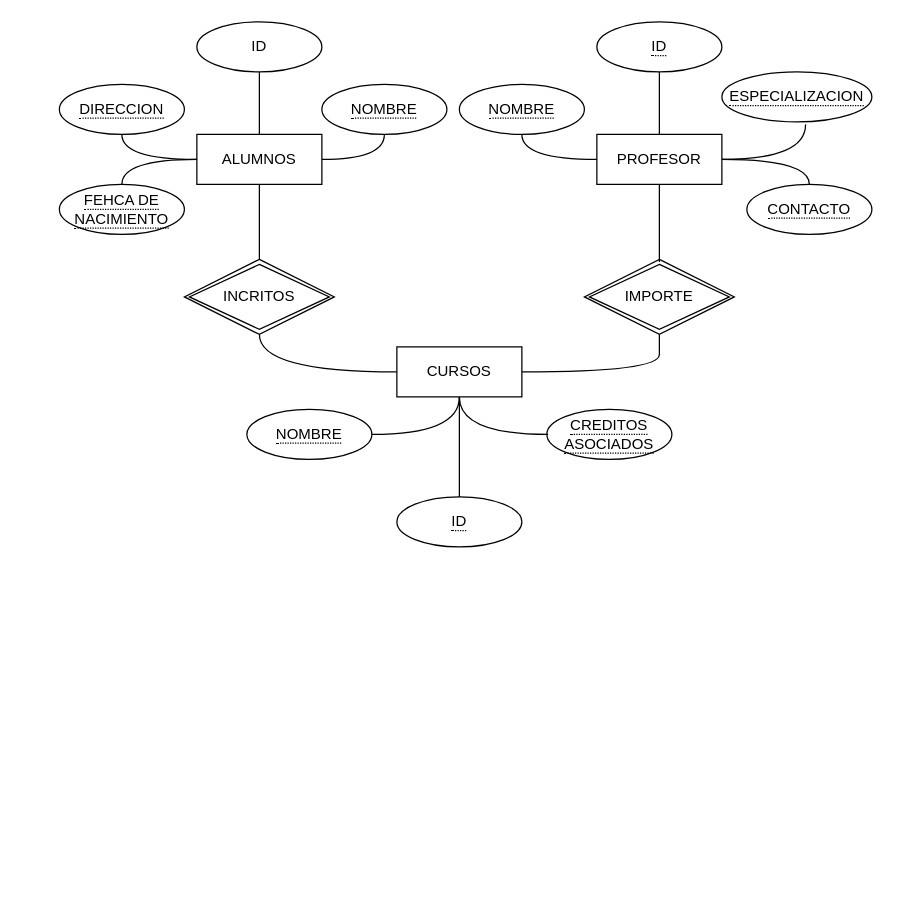
leoandyaz/Base-de-datos keeps this draw.io diagram as page "EJERCICIO (UNI)" (4 of 4) of Relacion_entidad.io.drawio. Above is the earlier version. Source tidied: cells renumbered, new cells numbered last; positions are measured from the earlier drawing's top-left corner, leaving out a move shared by most shapes. Both pictures are drawn from the tidied source at 125%, with x=0, y=0 at pixel (59, 21).
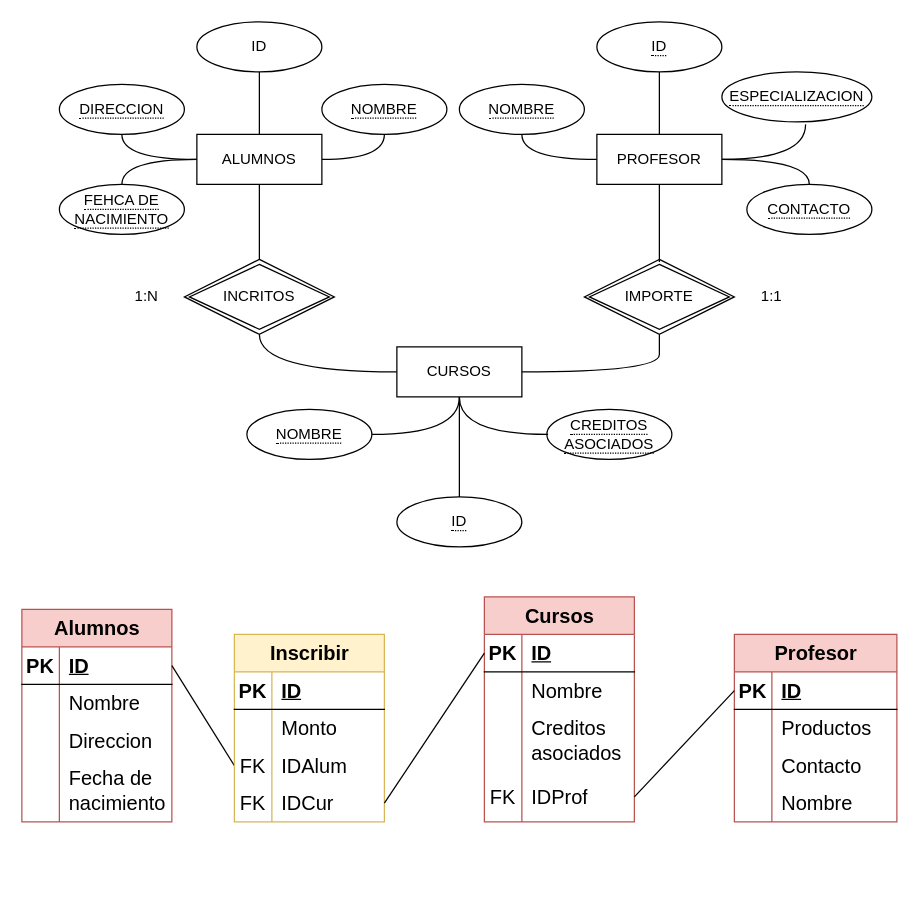
The same page after the edit.

The edit, as a diff of the source:
```diff
@@
+    <mxCell id="33" value="Alumnos" style="shape=table;startSize=30;childLayout=tableLayout;rowLines=0;fontStyle=1;align=center;html=1;fontSize=16;fillColor=#f8cecc;strokeColor=#b85450;" parent="1" vertex="1">
+      <mxGeometry x="-30" y="470" width="120" height="170" as="geometry" />
+    </mxCell>
+    <mxCell id="34" style="shape=tableRow;horizontal=0;startSize=0;swimlaneHead=0;swimlaneBody=0;fillColor=none;points=[[0,0.5],[1,0.5]];portConstraint=eastwest;top=0;left=0;right=0;bottom=1;fontSize=16;" parent="33" vertex="1">
+      <mxGeometry y="30" width="120" height="30" as="geometry" />
+    </mxCell>
+    <mxCell id="35" value="PK" style="shape=partialRectangle;fillColor=none;top=0;left=0;bottom=0;right=0;fontStyle=1;overflow=hidden;whiteSpace=wrap;html=1;fontSize=16;" parent="34" vertex="1">
+      <mxGeometry width="30" height="30" as="geometry" />
+    </mxCell>
+    <mxCell id="36" value="ID" style="shape=partialRectangle;fillColor=none;top=0;left=0;bottom=0;right=0;align=left;spacingLeft=6;fontStyle=5;overflow=hidden;whiteSpace=wrap;html=1;fontSize=16;" parent="34" vertex="1">
+      <mxGeometry x="30" width="90" height="30" as="geometry" />
+    </mxCell>
+    <mxCell id="37" style="shape=tableRow;horizontal=0;startSize=0;swimlaneHead=0;swimlaneBody=0;fillColor=none;top=0;left=0;right=0;bottom=0;fontSize=16;" parent="33" vertex="1">
+      <mxGeometry y="60" width="120" height="30" as="geometry" />
+    </mxCell>
+    <mxCell id="38" style="shape=partialRectangle;fillColor=none;top=0;left=0;bottom=0;right=0;overflow=hidden;whiteSpace=wrap;html=1;fontSize=16;" parent="37" vertex="1">
+      <mxGeometry width="30" height="30" as="geometry" />
+    </mxCell>
+    <mxCell id="39" value="Nombre" style="shape=partialRectangle;fillColor=none;top=0;left=0;bottom=0;right=0;align=left;spacingLeft=6;overflow=hidden;whiteSpace=wrap;html=1;fontSize=16;" parent="37" vertex="1">
+      <mxGeometry x="30" width="90" height="30" as="geometry" />
+    </mxCell>
+    <mxCell id="40" style="shape=tableRow;horizontal=0;startSize=0;swimlaneHead=0;swimlaneBody=0;fillColor=none;top=0;left=0;right=0;bottom=0;fontSize=16;" parent="33" vertex="1">
+      <mxGeometry y="90" width="120" height="30" as="geometry" />
+    </mxCell>
+    <mxCell id="41" style="shape=partialRectangle;fillColor=none;top=0;left=0;bottom=0;right=0;overflow=hidden;whiteSpace=wrap;html=1;fontSize=16;" parent="40" vertex="1">
+      <mxGeometry width="30" height="30" as="geometry" />
+    </mxCell>
+    <mxCell id="42" value="Direccion" style="shape=partialRectangle;fillColor=none;top=0;left=0;bottom=0;right=0;align=left;spacingLeft=6;overflow=hidden;whiteSpace=wrap;html=1;fontSize=16;" parent="40" vertex="1">
+      <mxGeometry x="30" width="90" height="30" as="geometry" />
+    </mxCell>
+    <mxCell id="43" style="shape=tableRow;horizontal=0;startSize=0;swimlaneHead=0;swimlaneBody=0;fillColor=none;top=0;left=0;right=0;bottom=0;fontSize=16;" parent="33" vertex="1">
+      <mxGeometry y="120" width="120" height="50" as="geometry" />
+    </mxCell>
+    <mxCell id="44" style="shape=partialRectangle;fillColor=none;top=0;left=0;bottom=0;right=0;overflow=hidden;whiteSpace=wrap;html=1;fontSize=16;" parent="43" vertex="1">
+      <mxGeometry width="30" height="50" as="geometry" />
+    </mxCell>
+    <mxCell id="45" value="Fecha de nacimiento" style="shape=partialRectangle;fillColor=none;top=0;left=0;bottom=0;right=0;align=left;spacingLeft=6;overflow=hidden;whiteSpace=wrap;html=1;fontSize=16;" parent="43" vertex="1">
+      <mxGeometry x="30" width="90" height="50" as="geometry" />
+    </mxCell>
+    <mxCell id="46" value="Profesor" style="shape=table;startSize=30;childLayout=tableLayout;rowLines=0;fontStyle=1;align=center;html=1;fontSize=16;fillColor=#f8cecc;strokeColor=#b85450;" parent="1" vertex="1">
+      <mxGeometry x="540" y="490" width="130" height="150" as="geometry" />
+    </mxCell>
+    <mxCell id="47" style="shape=tableRow;horizontal=0;startSize=0;swimlaneHead=0;swimlaneBody=0;fillColor=none;points=[[0,0.5],[1,0.5]];portConstraint=eastwest;top=0;left=0;right=0;bottom=1;fontSize=16;" parent="46" vertex="1">
+      <mxGeometry y="30" width="130" height="30" as="geometry" />
+    </mxCell>
+    <mxCell id="48" value="PK" style="shape=partialRectangle;fillColor=none;top=0;left=0;bottom=0;right=0;fontStyle=1;overflow=hidden;whiteSpace=wrap;html=1;fontSize=16;" parent="47" vertex="1">
+      <mxGeometry width="30" height="30" as="geometry" />
+    </mxCell>
+    <mxCell id="49" value="ID" style="shape=partialRectangle;fillColor=none;top=0;left=0;bottom=0;right=0;align=left;spacingLeft=6;fontStyle=5;overflow=hidden;whiteSpace=wrap;html=1;fontSize=16;" parent="47" vertex="1">
+      <mxGeometry x="30" width="100" height="30" as="geometry" />
+    </mxCell>
+    <mxCell id="50" style="shape=tableRow;horizontal=0;startSize=0;swimlaneHead=0;swimlaneBody=0;fillColor=none;top=0;left=0;right=0;bottom=0;fontSize=16;" parent="46" vertex="1">
+      <mxGeometry y="60" width="130" height="30" as="geometry" />
+    </mxCell>
+    <mxCell id="51" style="shape=partialRectangle;fillColor=none;top=0;left=0;bottom=0;right=0;overflow=hidden;whiteSpace=wrap;html=1;fontSize=16;" parent="50" vertex="1">
+      <mxGeometry width="30" height="30" as="geometry" />
+    </mxCell>
+    <mxCell id="52" value="Productos" style="shape=partialRectangle;fillColor=none;top=0;left=0;bottom=0;right=0;align=left;spacingLeft=6;overflow=hidden;whiteSpace=wrap;html=1;fontSize=16;" parent="50" vertex="1">
+      <mxGeometry x="30" width="100" height="30" as="geometry" />
+    </mxCell>
+    <mxCell id="53" style="shape=tableRow;horizontal=0;startSize=0;swimlaneHead=0;swimlaneBody=0;fillColor=none;top=0;left=0;right=0;bottom=0;fontSize=16;" parent="46" vertex="1">
+      <mxGeometry y="90" width="130" height="30" as="geometry" />
+    </mxCell>
+    <mxCell id="54" style="shape=partialRectangle;fillColor=none;top=0;left=0;bottom=0;right=0;overflow=hidden;whiteSpace=wrap;html=1;fontSize=16;" parent="53" vertex="1">
+      <mxGeometry width="30" height="30" as="geometry" />
+    </mxCell>
+    <mxCell id="55" value="Contacto" style="shape=partialRectangle;fillColor=none;top=0;left=0;bottom=0;right=0;align=left;spacingLeft=6;overflow=hidden;whiteSpace=wrap;html=1;fontSize=16;" parent="53" vertex="1">
+      <mxGeometry x="30" width="100" height="30" as="geometry" />
+    </mxCell>
+    <mxCell id="56" style="shape=tableRow;horizontal=0;startSize=0;swimlaneHead=0;swimlaneBody=0;fillColor=none;top=0;left=0;right=0;bottom=0;fontSize=16;" parent="46" vertex="1">
+      <mxGeometry y="120" width="130" height="30" as="geometry" />
+    </mxCell>
+    <mxCell id="57" style="shape=partialRectangle;fillColor=none;top=0;left=0;bottom=0;right=0;overflow=hidden;whiteSpace=wrap;html=1;fontSize=16;" parent="56" vertex="1">
+      <mxGeometry width="30" height="30" as="geometry" />
+    </mxCell>
+    <mxCell id="58" value="Nombre" style="shape=partialRectangle;fillColor=none;top=0;left=0;bottom=0;right=0;align=left;spacingLeft=6;overflow=hidden;whiteSpace=wrap;html=1;fontSize=16;" parent="56" vertex="1">
+      <mxGeometry x="30" width="100" height="30" as="geometry" />
+    </mxCell>
+    <mxCell id="59" style="shape=partialRectangle;fillColor=none;top=0;left=0;bottom=0;right=0;overflow=hidden;whiteSpace=wrap;html=1;fontSize=16;" parent="1" vertex="1">
+      <mxGeometry x="-20" y="640" width="30" height="50" as="geometry" />
+    </mxCell>
+    <mxCell id="60" value="Cursos" style="shape=table;startSize=30;childLayout=tableLayout;rowLines=0;fontStyle=1;align=center;html=1;fontSize=16;fillColor=#f8cecc;strokeColor=#b85450;" parent="1" vertex="1">
+      <mxGeometry x="340" y="460" width="120" height="180" as="geometry" />
+    </mxCell>
+    <mxCell id="61" style="shape=tableRow;horizontal=0;startSize=0;swimlaneHead=0;swimlaneBody=0;fillColor=none;points=[[0,0.5],[1,0.5]];portConstraint=eastwest;top=0;left=0;right=0;bottom=1;fontSize=16;" parent="60" vertex="1">
+      <mxGeometry y="30" width="120" height="30" as="geometry" />
+    </mxCell>
+    <mxCell id="62" value="PK" style="shape=partialRectangle;fillColor=none;top=0;left=0;bottom=0;right=0;fontStyle=1;overflow=hidden;whiteSpace=wrap;html=1;fontSize=16;" parent="61" vertex="1">
+      <mxGeometry width="30" height="30" as="geometry" />
+    </mxCell>
+    <mxCell id="63" value="ID" style="shape=partialRectangle;fillColor=none;top=0;left=0;bottom=0;right=0;align=left;spacingLeft=6;fontStyle=5;overflow=hidden;whiteSpace=wrap;html=1;fontSize=16;" parent="61" vertex="1">
+      <mxGeometry x="30" width="90" height="30" as="geometry" />
+    </mxCell>
+    <mxCell id="64" style="shape=tableRow;horizontal=0;startSize=0;swimlaneHead=0;swimlaneBody=0;fillColor=none;top=0;left=0;right=0;bottom=0;fontSize=16;" parent="60" vertex="1">
+      <mxGeometry y="60" width="120" height="30" as="geometry" />
+    </mxCell>
+    <mxCell id="65" style="shape=partialRectangle;fillColor=none;top=0;left=0;bottom=0;right=0;overflow=hidden;whiteSpace=wrap;html=1;fontSize=16;" parent="64" vertex="1">
+      <mxGeometry width="30" height="30" as="geometry" />
+    </mxCell>
+    <mxCell id="66" value="Nombre" style="shape=partialRectangle;fillColor=none;top=0;left=0;bottom=0;right=0;align=left;spacingLeft=6;overflow=hidden;whiteSpace=wrap;html=1;fontSize=16;" parent="64" vertex="1">
+      <mxGeometry x="30" width="90" height="30" as="geometry" />
+    </mxCell>
+    <mxCell id="67" style="shape=tableRow;horizontal=0;startSize=0;swimlaneHead=0;swimlaneBody=0;fillColor=none;top=0;left=0;right=0;bottom=0;fontSize=16;" parent="60" vertex="1">
+      <mxGeometry y="90" width="120" height="50" as="geometry" />
+    </mxCell>
+    <mxCell id="68" style="shape=partialRectangle;fillColor=none;top=0;left=0;bottom=0;right=0;overflow=hidden;whiteSpace=wrap;html=1;fontSize=16;" parent="67" vertex="1">
+      <mxGeometry width="30" height="50" as="geometry" />
+    </mxCell>
+    <mxCell id="69" value="Creditos asociados" style="shape=partialRectangle;fillColor=none;top=0;left=0;bottom=0;right=0;align=left;spacingLeft=6;overflow=hidden;whiteSpace=wrap;html=1;fontSize=16;" parent="67" vertex="1">
+      <mxGeometry x="30" width="90" height="50" as="geometry" />
+    </mxCell>
+    <mxCell id="70" style="shape=tableRow;horizontal=0;startSize=0;swimlaneHead=0;swimlaneBody=0;fillColor=none;points=[[0,0.5],[1,0.5]];portConstraint=eastwest;top=0;left=0;right=0;bottom=0;fontSize=16;" parent="60" vertex="1">
+      <mxGeometry y="140" width="120" height="40" as="geometry" />
+    </mxCell>
+    <mxCell id="71" value="FK" style="shape=partialRectangle;fillColor=none;top=0;left=0;bottom=0;right=0;overflow=hidden;whiteSpace=wrap;html=1;fontSize=16;" parent="70" vertex="1">
+      <mxGeometry width="30" height="40" as="geometry" />
+    </mxCell>
+    <mxCell id="72" value="IDProf" style="shape=partialRectangle;fillColor=none;top=0;left=0;bottom=0;right=0;align=left;spacingLeft=6;overflow=hidden;whiteSpace=wrap;html=1;fontSize=16;" parent="70" vertex="1">
+      <mxGeometry x="30" width="90" height="40" as="geometry" />
+    </mxCell>
+    <mxCell id="73" style="edgeStyle=none;curved=1;rounded=0;jettySize=auto;html=1;entryX=0;entryY=0.5;entryDx=0;entryDy=0;fontSize=12;startSize=8;endSize=8;exitX=1;exitY=0.5;exitDx=0;exitDy=0;endArrow=none;endFill=0;" parent="1" edge="1" source="70" target="47">
+      <mxGeometry relative="1" as="geometry" />
+    </mxCell>
+    <mxCell id="74" style="edgeStyle=none;curved=1;rounded=0;jettySize=auto;html=1;entryX=1;entryY=0.5;entryDx=0;entryDy=0;fontSize=12;startSize=8;endSize=8;exitX=0;exitY=0.5;exitDx=0;exitDy=0;endArrow=none;endFill=0;" parent="1" edge="1" source="82" target="34">
+      <mxGeometry relative="1" as="geometry" />
+    </mxCell>
+    <mxCell id="75" value="Inscribir" style="shape=table;startSize=30;childLayout=tableLayout;rowLines=0;fontStyle=1;align=center;html=1;fontSize=16;fillColor=#fff2cc;strokeColor=#d6b656;" parent="1" vertex="1">
+      <mxGeometry x="140" y="490" width="120" height="150" as="geometry" />
+    </mxCell>
+    <mxCell id="76" style="shape=tableRow;horizontal=0;startSize=0;swimlaneHead=0;swimlaneBody=0;fillColor=none;top=0;left=0;right=0;bottom=1;fontSize=16;" parent="75" vertex="1">
+      <mxGeometry y="30" width="120" height="30" as="geometry" />
+    </mxCell>
+    <mxCell id="77" value="PK" style="shape=partialRectangle;fillColor=none;top=0;left=0;bottom=0;right=0;fontStyle=1;overflow=hidden;whiteSpace=wrap;html=1;fontSize=16;" parent="76" vertex="1">
+      <mxGeometry width="30" height="30" as="geometry" />
+    </mxCell>
+    <mxCell id="78" value="ID" style="shape=partialRectangle;fillColor=none;top=0;left=0;bottom=0;right=0;align=left;spacingLeft=6;fontStyle=5;overflow=hidden;whiteSpace=wrap;html=1;fontSize=16;" parent="76" vertex="1">
+      <mxGeometry x="30" width="90" height="30" as="geometry" />
+    </mxCell>
+    <mxCell id="79" style="shape=tableRow;horizontal=0;startSize=0;swimlaneHead=0;swimlaneBody=0;fillColor=none;top=0;left=0;right=0;bottom=0;fontSize=16;" parent="75" vertex="1">
+      <mxGeometry y="60" width="120" height="30" as="geometry" />
+    </mxCell>
+    <mxCell id="80" style="shape=partialRectangle;fillColor=none;top=0;left=0;bottom=0;right=0;overflow=hidden;whiteSpace=wrap;html=1;fontSize=16;" parent="79" vertex="1">
+      <mxGeometry width="30" height="30" as="geometry" />
+    </mxCell>
+    <mxCell id="81" value="Monto" style="shape=partialRectangle;fillColor=none;top=0;left=0;bottom=0;right=0;align=left;spacingLeft=6;overflow=hidden;whiteSpace=wrap;html=1;fontSize=16;" parent="79" vertex="1">
+      <mxGeometry x="30" width="90" height="30" as="geometry" />
+    </mxCell>
+    <mxCell id="82" style="shape=tableRow;horizontal=0;startSize=0;swimlaneHead=0;swimlaneBody=0;fillColor=none;points=[[0,0.5],[1,0.5]];portConstraint=eastwest;top=0;left=0;right=0;bottom=0;fontSize=16;" parent="75" vertex="1">
+      <mxGeometry y="90" width="120" height="30" as="geometry" />
+    </mxCell>
+    <mxCell id="83" value="FK" style="shape=partialRectangle;fillColor=none;top=0;left=0;bottom=0;right=0;overflow=hidden;whiteSpace=wrap;html=1;fontSize=16;" parent="82" vertex="1">
+      <mxGeometry width="30" height="30" as="geometry" />
+    </mxCell>
+    <mxCell id="84" value="IDAlum" style="shape=partialRectangle;fillColor=none;top=0;left=0;bottom=0;right=0;align=left;spacingLeft=6;overflow=hidden;whiteSpace=wrap;html=1;fontSize=16;" parent="82" vertex="1">
+      <mxGeometry x="30" width="90" height="30" as="geometry" />
+    </mxCell>
+    <mxCell id="85" style="shape=tableRow;horizontal=0;startSize=0;swimlaneHead=0;swimlaneBody=0;fillColor=none;points=[[0,0.5],[1,0.5]];portConstraint=eastwest;top=0;left=0;right=0;bottom=0;fontSize=16;" parent="75" vertex="1">
+      <mxGeometry y="120" width="120" height="30" as="geometry" />
+    </mxCell>
+    <mxCell id="86" value="FK" style="shape=partialRectangle;fillColor=none;top=0;left=0;bottom=0;right=0;overflow=hidden;whiteSpace=wrap;html=1;fontSize=16;" parent="85" vertex="1">
+      <mxGeometry width="30" height="30" as="geometry" />
+    </mxCell>
+    <mxCell id="87" value="IDCur" style="shape=partialRectangle;fillColor=none;top=0;left=0;bottom=0;right=0;align=left;spacingLeft=6;overflow=hidden;whiteSpace=wrap;html=1;fontSize=16;" parent="85" vertex="1">
+      <mxGeometry x="30" width="90" height="30" as="geometry" />
+    </mxCell>
+    <mxCell id="88" style="edgeStyle=none;curved=1;rounded=0;jettySize=auto;html=1;entryX=0;entryY=0.5;entryDx=0;entryDy=0;fontSize=12;startSize=8;endSize=8;endArrow=none;endFill=0;exitX=1;exitY=0.5;exitDx=0;exitDy=0;" parent="1" edge="1" source="85" target="61">
+      <mxGeometry relative="1" as="geometry" />
+    </mxCell>
+    <mxCell id="89" value="1:1" style="text;html=1;strokeColor=none;fillColor=none;align=center;verticalAlign=middle;whiteSpace=wrap;rounded=0;" parent="1" vertex="1">
+      <mxGeometry x="540" y="205" width="60" height="30" as="geometry" />
+    </mxCell>
+    <mxCell id="90" value="1:N" style="text;html=1;strokeColor=none;fillColor=none;align=center;verticalAlign=middle;whiteSpace=wrap;rounded=0;" parent="1" vertex="1">
+      <mxGeometry x="40" y="205" width="60" height="30" as="geometry" />
+    </mxCell>
```
